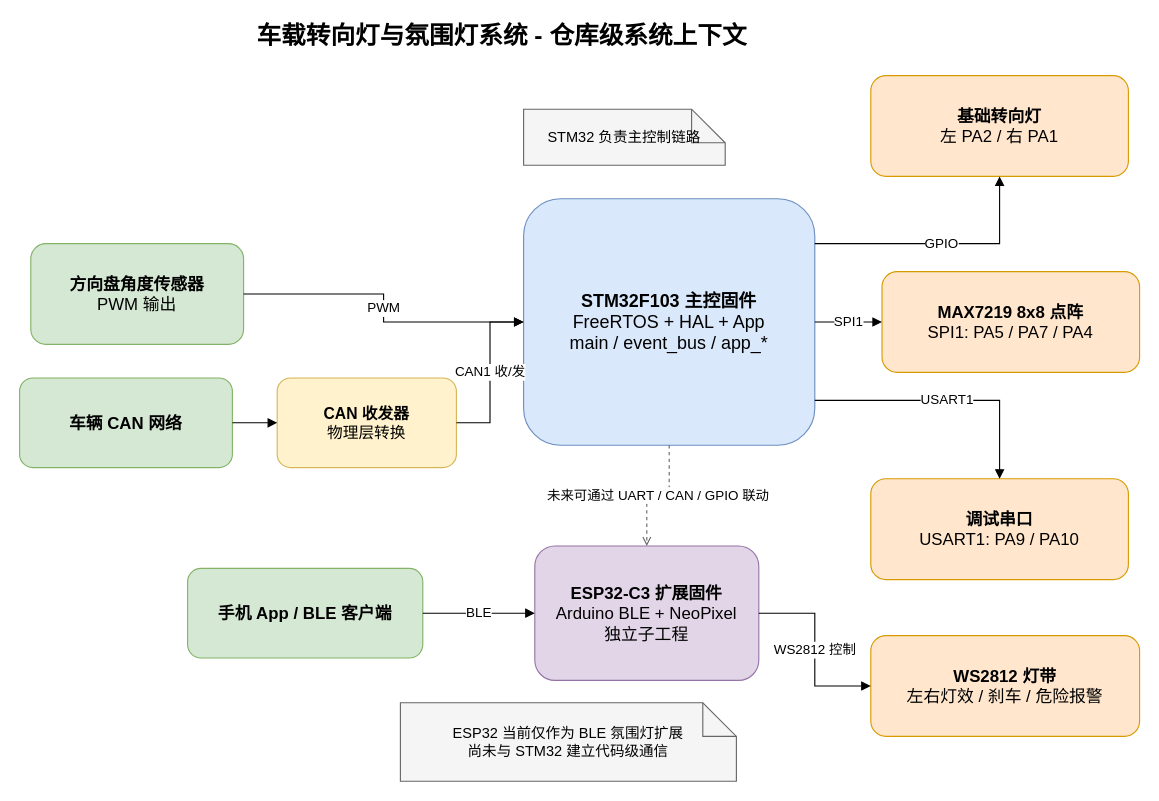
This is page "系统上下文" (1 of 2) of doc/架构设计.dio from sisanwu12/Atmosphere-lamp, a draw.io file, before an edit. Source tidied: cells renumbered, new cells numbered last; positions are measured from the earlier drawing's top-left corner, leaving out a move shared by most shapes. Both pictures are drawn from the tidied source at 112%, with x=0, y=0 at pixel (19, 19).
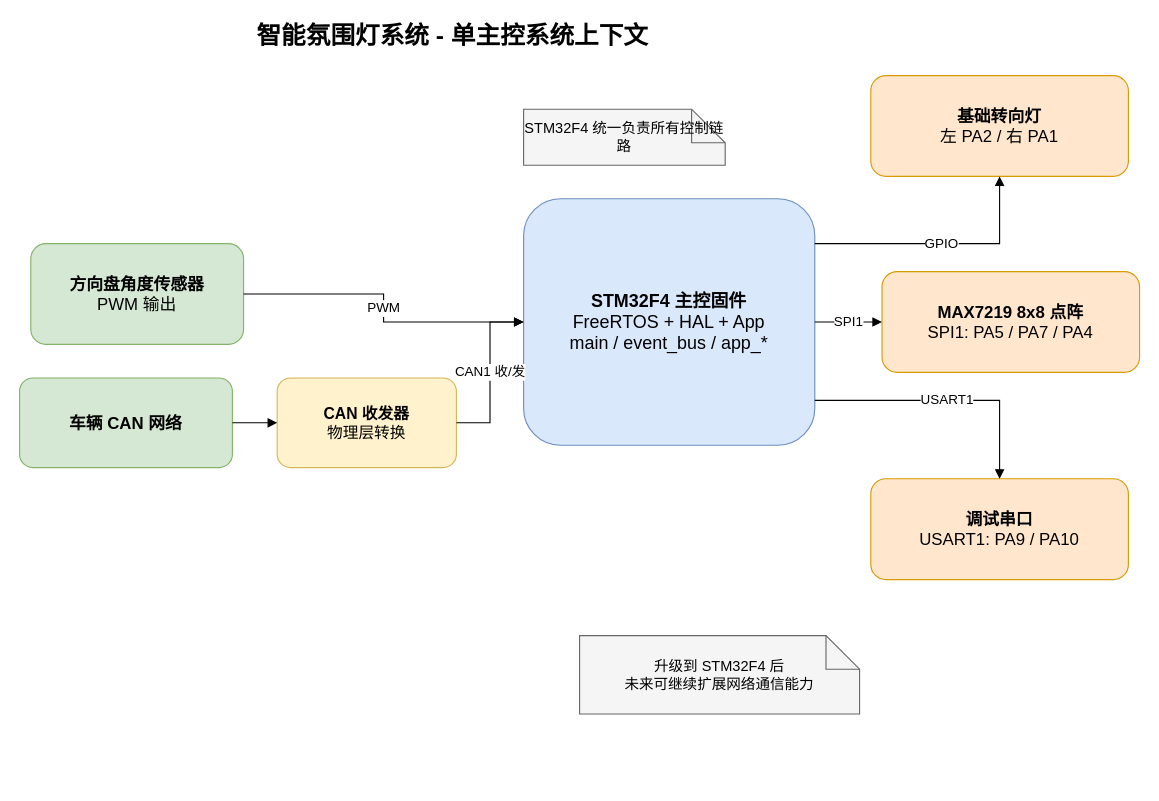
After the change.

What changed in the source:
```diff
@@
-    <mxCell id="2" value="车载转向灯与氛围灯系统 - 仓库级系统上下文" style="text;html=1;strokeColor=none;fillColor=none;align=left;verticalAlign=middle;whiteSpace=wrap;rounded=0;fontStyle=1;fontSize=22;" parent="1" vertex="1">
+    <mxCell id="2" value="智能氛围灯系统 - 单主控系统上下文" style="text;html=1;strokeColor=none;fillColor=none;align=left;verticalAlign=middle;whiteSpace=wrap;rounded=0;fontStyle=1;fontSize=22;" parent="1" vertex="1">
       <mxGeometry x="210" width="520" height="30" as="geometry" />
     </mxCell>
@@
-    <mxCell id="6" value="&lt;b&gt;STM32F103 主控固件&lt;/b&gt;&lt;br&gt;FreeRTOS + HAL + App&lt;br&gt;main / event_bus / app_*" style="rounded=1;whiteSpace=wrap;html=1;fillColor=#dae8fc;strokeColor=#6c8ebf;fontSize=16;" parent="1" vertex="1">
+    <mxCell id="6" value="&lt;b&gt;STM32F4 主控固件&lt;/b&gt;&lt;br&gt;FreeRTOS + HAL + App&lt;br&gt;main / event_bus / app_*" style="rounded=1;whiteSpace=wrap;html=1;fillColor=#dae8fc;strokeColor=#6c8ebf;fontSize=16;" parent="1" vertex="1">
       <mxGeometry x="450" y="160" width="260" height="220" as="geometry" />
     </mxCell>
@@
-    <mxCell id="10" value="&lt;b&gt;手机 App / BLE 客户端&lt;/b&gt;" style="rounded=1;whiteSpace=wrap;html=1;fillColor=#d5e8d4;strokeColor=#82b366;fontSize=15;" parent="1" vertex="1">
-      <mxGeometry x="150" y="490" width="210" height="80" as="geometry" />
-    </mxCell>
-    <mxCell id="11" value="&lt;b&gt;ESP32-C3 扩展固件&lt;/b&gt;&lt;br&gt;Arduino BLE + NeoPixel&lt;br&gt;独立子工程" style="rounded=1;whiteSpace=wrap;html=1;fillColor=#e1d5e7;strokeColor=#9673a6;fontSize=15;" parent="1" vertex="1">
-      <mxGeometry x="460" y="470" width="200" height="120" as="geometry" />
-    </mxCell>
-    <mxCell id="12" value="&lt;b&gt;WS2812 灯带&lt;/b&gt;&lt;br&gt;左右灯效 / 刹车 / 危险报警" style="rounded=1;whiteSpace=wrap;html=1;fillColor=#ffe6cc;strokeColor=#d79b00;fontSize=15;" parent="1" vertex="1">
-      <mxGeometry x="760" y="550" width="240" height="90" as="geometry" />
-    </mxCell>
-    <mxCell id="13" value="STM32 负责主控制链路" style="shape=note;whiteSpace=wrap;html=1;fillColor=#f5f5f5;strokeColor=#666666;fontSize=13;" parent="1" vertex="1">
+    <mxCell id="13" value="STM32F4 统一负责所有控制链路" style="shape=note;whiteSpace=wrap;html=1;fillColor=#f5f5f5;strokeColor=#666666;fontSize=13;" parent="1" vertex="1">
       <mxGeometry x="450" y="80" width="180" height="50" as="geometry" />
     </mxCell>
-    <mxCell id="14" value="ESP32 当前仅作为 BLE 氛围灯扩展&lt;br&gt;尚未与 STM32 建立代码级通信" style="shape=note;whiteSpace=wrap;html=1;fillColor=#f5f5f5;strokeColor=#666666;fontSize=13;" parent="1" vertex="1">
-      <mxGeometry x="340" y="610" width="300" height="70" as="geometry" />
+    <mxCell id="14" value="升级到 STM32F4 后&lt;br&gt;未来可继续扩展网络通信能力" style="shape=note;whiteSpace=wrap;html=1;fillColor=#f5f5f5;strokeColor=#666666;fontSize=13;" parent="1" vertex="1">
+      <mxGeometry x="500" y="550" width="250" height="70" as="geometry" />
     </mxCell>
@@
-    <mxCell id="21" value="BLE" style="edgeStyle=orthogonalEdgeStyle;rounded=0;jettySize=auto;html=1;endArrow=block;endFill=1;fontSize=12;" parent="1" edge="1" source="10" target="11">
-      <mxGeometry relative="1" as="geometry" />
-    </mxCell>
-    <mxCell id="22" value="WS2812 控制" style="edgeStyle=orthogonalEdgeStyle;rounded=0;jettySize=auto;html=1;endArrow=block;endFill=1;fontSize=12;" parent="1" edge="1" source="11" target="12">
-      <mxGeometry relative="1" as="geometry" />
-    </mxCell>
-    <mxCell id="23" value="未来可通过 UART / CAN / GPIO 联动" style="edgeStyle=orthogonalEdgeStyle;rounded=0;jettySize=auto;html=1;dashed=1;strokeColor=#666666;endArrow=open;endFill=0;fontSize=12;" parent="1" edge="1" source="6" target="11">
-      <mxGeometry relative="1" as="geometry" />
-    </mxCell>
```
